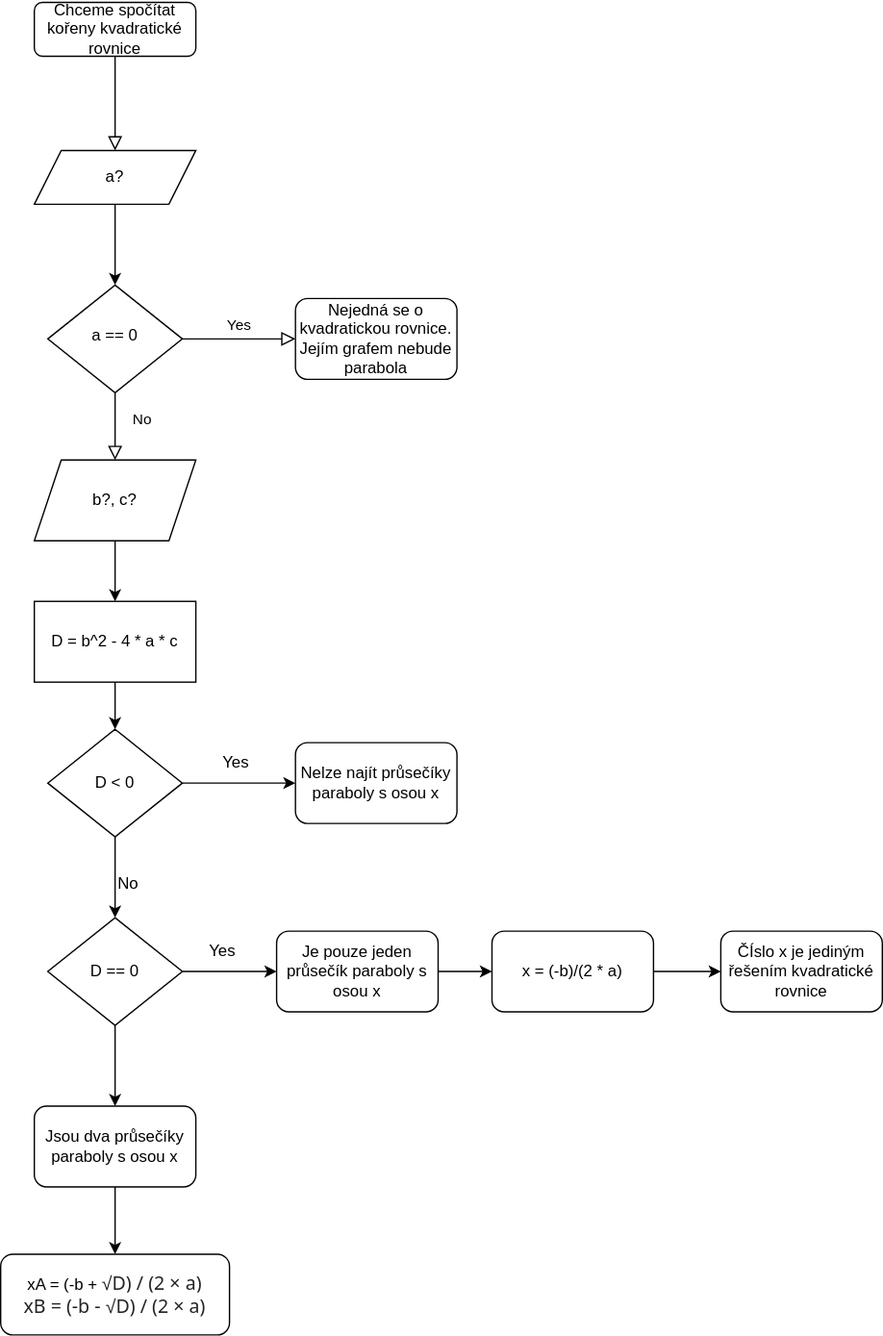
TomasKelbasa/diagrams.net keeps this draw.io diagram as Kvadratické rovnice.svg. Above is the earlier version. Source tidied: cells renumbered, new cells last; positions are measured from the earlier drawing's top-left corner, leaving out a move shared by most shapes. Source of this version:
```xml
<mxGraphModel>
  <root>
    <mxCell id="0" />
    <mxCell id="1" parent="0" />
    <mxCell id="2" style="rounded=0;html=1;jettySize=auto;fontSize=11;endArrow=block;endFill=0;endSize=8;strokeWidth=1;shadow=0;labelBackgroundColor=none;edgeStyle=orthogonalEdgeStyle;entryX=0.5;entryY=0;entryDx=0;entryDy=0;" parent="1" edge="1" source="3" target="9">
      <mxGeometry relative="1" as="geometry">
        <Array as="points">
          <mxPoint x="85" y="110" />
        </Array>
      </mxGeometry>
    </mxCell>
    <mxCell id="3" value="Chceme spočítat kořeny kvadratické rovnice" style="rounded=1;whiteSpace=wrap;html=1;fontSize=12;glass=0;strokeWidth=1;shadow=0;" parent="1" vertex="1">
      <mxGeometry x="25" width="120" height="40" as="geometry" />
    </mxCell>
    <mxCell id="4" value="No" style="rounded=0;html=1;jettySize=auto;fontSize=11;endArrow=block;endFill=0;endSize=8;strokeWidth=1;shadow=0;labelBackgroundColor=none;edgeStyle=orthogonalEdgeStyle;entryX=0.5;entryY=0;entryDx=0;entryDy=0;" parent="1" edge="1" source="6" target="10">
      <mxGeometry x="-0.2" y="20" relative="1" as="geometry" />
    </mxCell>
    <mxCell id="5" value="Yes" style="edgeStyle=orthogonalEdgeStyle;rounded=0;html=1;jettySize=auto;fontSize=11;endArrow=block;endFill=0;endSize=8;strokeWidth=1;shadow=0;labelBackgroundColor=none;" parent="1" edge="1" source="6" target="7">
      <mxGeometry y="10" relative="1" as="geometry" />
    </mxCell>
    <mxCell id="6" value="a == 0" style="rhombus;whiteSpace=wrap;html=1;shadow=0;fontFamily=Helvetica;fontSize=12;align=center;strokeWidth=1;spacing=6;spacingTop=-4;" parent="1" vertex="1">
      <mxGeometry x="35" y="210" width="100" height="80" as="geometry" />
    </mxCell>
    <mxCell id="7" value="Nejedná se o kvadratickou rovnice. Jejím grafem nebude parabola" style="rounded=1;whiteSpace=wrap;html=1;fontSize=12;glass=0;strokeWidth=1;shadow=0;" parent="1" vertex="1">
      <mxGeometry x="219" y="220" width="120" height="60" as="geometry" />
    </mxCell>
    <mxCell id="8" style="edgeStyle=orthogonalEdgeStyle;rounded=0;jettySize=auto;html=1;exitX=0.5;exitY=1;exitDx=0;exitDy=0;entryX=0.5;entryY=0;entryDx=0;entryDy=0;" parent="1" edge="1" source="9" target="6">
      <mxGeometry relative="1" as="geometry" />
    </mxCell>
    <mxCell id="9" value="a?" style="shape=parallelogram;perimeter=parallelogramPerimeter;whiteSpace=wrap;html=1;fixedSize=1;" parent="1" vertex="1">
      <mxGeometry x="25" y="110" width="120" height="40" as="geometry" />
    </mxCell>
    <mxCell id="10" value="b?, c?" style="shape=parallelogram;perimeter=parallelogramPerimeter;whiteSpace=wrap;html=1;fixedSize=1;" parent="1" vertex="1">
      <mxGeometry x="25" y="340" width="120" height="60" as="geometry" />
    </mxCell>
    <mxCell id="11" style="endArrow=classic;html=1;rounded=0;exitX=0.5;exitY=1;exitDx=0;exitDy=0;entryX=0.5;entryY=0;entryDx=0;entryDy=0;" parent="1" edge="1" source="10" target="13">
      <mxGeometry relative="1" as="geometry" />
    </mxCell>
    <mxCell id="12" style="edgeStyle=orthogonalEdgeStyle;rounded=0;jettySize=auto;html=1;exitX=0.5;exitY=1;exitDx=0;exitDy=0;entryX=0.5;entryY=0;entryDx=0;entryDy=0;" parent="1" edge="1" source="13" target="14">
      <mxGeometry relative="1" as="geometry" />
    </mxCell>
    <mxCell id="13" value="D = b^2 - 4 * a * c" style="rounded=0;whiteSpace=wrap;html=1;" parent="1" vertex="1">
      <mxGeometry x="25" y="445" width="120" height="60" as="geometry" />
    </mxCell>
    <mxCell id="14" value="D &amp;lt; 0" style="rhombus;whiteSpace=wrap;html=1;" parent="1" vertex="1">
      <mxGeometry x="35" y="540" width="100" height="80" as="geometry" />
    </mxCell>
    <mxCell id="15" style="endArrow=classic;html=1;rounded=0;exitX=1;exitY=0.5;exitDx=0;exitDy=0;entryX=0;entryY=0.5;entryDx=0;entryDy=0;" parent="1" edge="1" source="14" target="16">
      <mxGeometry relative="1" as="geometry" />
    </mxCell>
    <mxCell id="16" value="Nelze najít průsečíky paraboly s osou x" style="rounded=1;whiteSpace=wrap;html=1;" parent="1" vertex="1">
      <mxGeometry x="219" y="550" width="120" height="60" as="geometry" />
    </mxCell>
    <mxCell id="17" value="Yes" style="text;html=1;strokeColor=none;fillColor=none;align=center;verticalAlign=middle;whiteSpace=wrap;rounded=0;" parent="1" vertex="1">
      <mxGeometry x="145" y="550" width="60" height="30" as="geometry" />
    </mxCell>
    <mxCell id="18" style="endArrow=classic;html=1;rounded=0;exitX=0.5;exitY=1;exitDx=0;exitDy=0;" parent="1" edge="1" source="14">
      <mxGeometry relative="1" as="geometry">
        <mxPoint x="85" y="680" as="targetPoint" />
      </mxGeometry>
    </mxCell>
    <mxCell id="19" value="D == 0" style="rhombus;whiteSpace=wrap;html=1;" parent="1" vertex="1">
      <mxGeometry x="35" y="680" width="100" height="80" as="geometry" />
    </mxCell>
    <mxCell id="20" style="endArrow=classic;html=1;rounded=0;exitX=1;exitY=0.5;exitDx=0;exitDy=0;" parent="1" edge="1" source="19" target="21">
      <mxGeometry relative="1" as="geometry" />
    </mxCell>
    <mxCell id="21" value="Je pouze jeden průsečík paraboly s osou x" style="rounded=1;whiteSpace=wrap;html=1;" parent="1" vertex="1">
      <mxGeometry x="205" y="690" width="120" height="60" as="geometry" />
    </mxCell>
    <mxCell id="22" style="endArrow=classic;html=1;rounded=0;exitX=1;exitY=0.5;exitDx=0;exitDy=0;entryX=0;entryY=0.5;entryDx=0;entryDy=0;" parent="1" edge="1" source="21" target="23">
      <mxGeometry relative="1" as="geometry" />
    </mxCell>
    <mxCell id="23" value="x = (-b)/(2 * a)" style="rounded=1;whiteSpace=wrap;html=1;" parent="1" vertex="1">
      <mxGeometry x="365" y="690" width="120" height="60" as="geometry" />
    </mxCell>
    <mxCell id="24" value="No" style="text;html=1;strokeColor=none;fillColor=none;align=center;verticalAlign=middle;whiteSpace=wrap;rounded=0;" parent="1" vertex="1">
      <mxGeometry x="65" y="640" width="60" height="30" as="geometry" />
    </mxCell>
    <mxCell id="25" value="Yes" style="text;html=1;strokeColor=none;fillColor=none;align=center;verticalAlign=middle;whiteSpace=wrap;rounded=0;" parent="1" vertex="1">
      <mxGeometry x="135" y="690" width="60" height="30" as="geometry" />
    </mxCell>
    <mxCell id="26" value="ČÍslo x je jediným řešením kvadratické rovnice" style="rounded=1;whiteSpace=wrap;html=1;" parent="1" vertex="1">
      <mxGeometry x="535" y="690" width="120" height="60" as="geometry" />
    </mxCell>
    <mxCell id="27" style="endArrow=classic;html=1;rounded=0;exitX=1;exitY=0.5;exitDx=0;exitDy=0;entryX=0;entryY=0.5;entryDx=0;entryDy=0;" parent="1" edge="1" source="23" target="26">
      <mxGeometry relative="1" as="geometry" />
    </mxCell>
    <mxCell id="28" value="Jsou dva průsečíky paraboly s osou x" style="rounded=1;whiteSpace=wrap;html=1;" parent="1" vertex="1">
      <mxGeometry x="25" y="820" width="120" height="60" as="geometry" />
    </mxCell>
    <mxCell id="29" style="endArrow=classic;html=1;rounded=0;exitX=0.5;exitY=1;exitDx=0;exitDy=0;" parent="1" edge="1" source="19" target="28">
      <mxGeometry relative="1" as="geometry" />
    </mxCell>
    <mxCell id="30" style="endArrow=classic;html=1;rounded=0;exitX=0.5;exitY=1;exitDx=0;exitDy=0;" parent="1" edge="1" source="28" target="31">
      <mxGeometry relative="1" as="geometry" />
    </mxCell>
    <mxCell id="31" value="&lt;p&gt;xA = (-b +&amp;nbsp;&lt;span style=&quot;color: rgb(37 , 36 , 36) ; font-family: &amp;#34;segoe ui web&amp;#34; , &amp;#34;segoe ui&amp;#34; , &amp;#34;segoe wp&amp;#34; , &amp;#34;segoe ui emoji&amp;#34; , &amp;#34;tahoma&amp;#34; , &amp;#34;arial&amp;#34; , sans-serif ; font-size: 14px ; background-color: rgb(255 , 255 , 255)&quot;&gt;√D) / (2 × a)&lt;br&gt;&lt;/span&gt;&lt;span style=&quot;color: rgb(37 , 36 , 36) ; font-family: &amp;#34;segoe ui web&amp;#34; , &amp;#34;segoe ui&amp;#34; , &amp;#34;segoe wp&amp;#34; , &amp;#34;segoe ui emoji&amp;#34; , &amp;#34;tahoma&amp;#34; , &amp;#34;arial&amp;#34; , sans-serif ; font-size: 14px ; background-color: rgb(255 , 255 , 255)&quot;&gt;xB = (-b -&amp;nbsp;&lt;/span&gt;&lt;span style=&quot;color: rgb(37 , 36 , 36) ; font-family: &amp;#34;segoe ui web&amp;#34; , &amp;#34;segoe ui&amp;#34; , &amp;#34;segoe wp&amp;#34; , &amp;#34;segoe ui emoji&amp;#34; , &amp;#34;tahoma&amp;#34; , &amp;#34;arial&amp;#34; , sans-serif ; font-size: 14px ; background-color: rgb(255 , 255 , 255)&quot;&gt;√D) / (2 × a)&lt;/span&gt;&lt;/p&gt;" style="rounded=1;whiteSpace=wrap;html=1;" parent="1" vertex="1">
      <mxGeometry y="930" width="170" height="60" as="geometry" />
    </mxCell>
  </root>
</mxGraphModel>
```
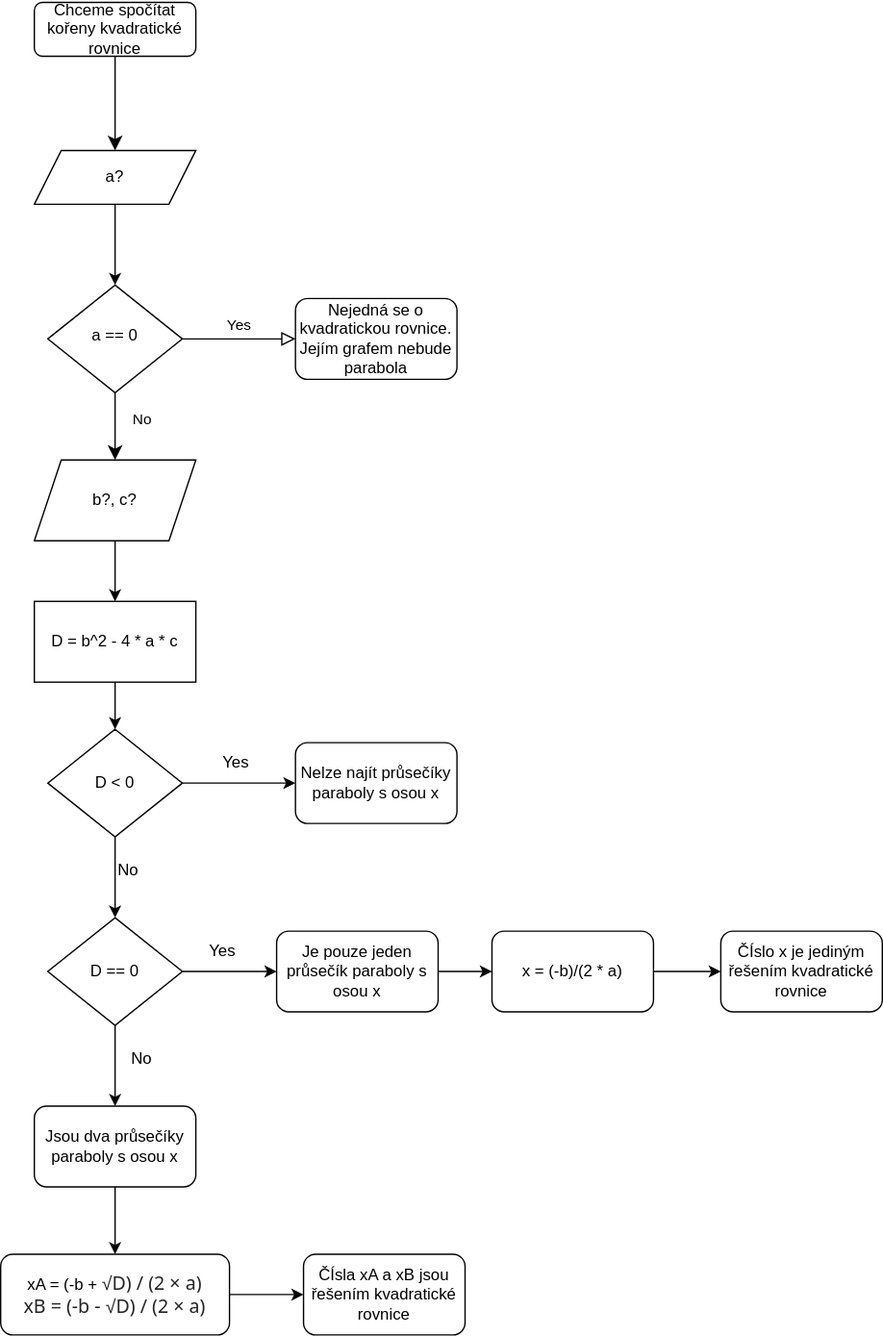
Above is the later version.

Change to the diagram source:
```diff
@@ -2,7 +2,7 @@
   <root>
     <mxCell id="0" />
     <mxCell id="1" parent="0" />
-    <mxCell id="2" style="rounded=0;html=1;jettySize=auto;fontSize=11;endArrow=block;endFill=0;endSize=8;strokeWidth=1;shadow=0;labelBackgroundColor=none;edgeStyle=orthogonalEdgeStyle;entryX=0.5;entryY=0;entryDx=0;entryDy=0;" parent="1" edge="1" source="3" target="9">
+    <mxCell id="2" style="rounded=0;html=1;jettySize=auto;fontSize=11;endArrow=classic;endFill=1;endSize=8;strokeWidth=1;shadow=0;labelBackgroundColor=none;edgeStyle=orthogonalEdgeStyle;entryX=0.5;entryY=0;entryDx=0;entryDy=0;" parent="1" edge="1" source="3" target="9">
       <mxGeometry relative="1" as="geometry">
         <Array as="points">
           <mxPoint x="85" y="110" />
@@ -12,7 +12,7 @@
     <mxCell id="3" value="Chceme spočítat kořeny kvadratické rovnice" style="rounded=1;whiteSpace=wrap;html=1;fontSize=12;glass=0;strokeWidth=1;shadow=0;" parent="1" vertex="1">
       <mxGeometry x="25" width="120" height="40" as="geometry" />
     </mxCell>
-    <mxCell id="4" value="No" style="rounded=0;html=1;jettySize=auto;fontSize=11;endArrow=block;endFill=0;endSize=8;strokeWidth=1;shadow=0;labelBackgroundColor=none;edgeStyle=orthogonalEdgeStyle;entryX=0.5;entryY=0;entryDx=0;entryDy=0;" parent="1" edge="1" source="6" target="10">
+    <mxCell id="4" value="No" style="rounded=0;html=1;jettySize=auto;fontSize=11;endArrow=classic;endFill=1;endSize=8;strokeWidth=1;shadow=0;labelBackgroundColor=none;edgeStyle=orthogonalEdgeStyle;entryX=0.5;entryY=0;entryDx=0;entryDy=0;" parent="1" edge="1" source="6" target="10">
       <mxGeometry x="-0.2" y="20" relative="1" as="geometry" />
     </mxCell>
     <mxCell id="5" value="Yes" style="edgeStyle=orthogonalEdgeStyle;rounded=0;html=1;jettySize=auto;fontSize=11;endArrow=block;endFill=0;endSize=8;strokeWidth=1;shadow=0;labelBackgroundColor=none;" parent="1" edge="1" source="6" target="7">
@@ -75,7 +75,7 @@
       <mxGeometry x="365" y="690" width="120" height="60" as="geometry" />
     </mxCell>
     <mxCell id="24" value="No" style="text;html=1;strokeColor=none;fillColor=none;align=center;verticalAlign=middle;whiteSpace=wrap;rounded=0;" parent="1" vertex="1">
-      <mxGeometry x="65" y="640" width="60" height="30" as="geometry" />
+      <mxGeometry x="65" y="630" width="60" height="30" as="geometry" />
     </mxCell>
     <mxCell id="25" value="Yes" style="text;html=1;strokeColor=none;fillColor=none;align=center;verticalAlign=middle;whiteSpace=wrap;rounded=0;" parent="1" vertex="1">
       <mxGeometry x="135" y="690" width="60" height="30" as="geometry" />
@@ -98,5 +98,14 @@
     <mxCell id="31" value="&lt;p&gt;xA = (-b +&amp;nbsp;&lt;span style=&quot;color: rgb(37 , 36 , 36) ; font-family: &amp;#34;segoe ui web&amp;#34; , &amp;#34;segoe ui&amp;#34; , &amp;#34;segoe wp&amp;#34; , &amp;#34;segoe ui emoji&amp;#34; , &amp;#34;tahoma&amp;#34; , &amp;#34;arial&amp;#34; , sans-serif ; font-size: 14px ; background-color: rgb(255 , 255 , 255)&quot;&gt;√D) / (2 × a)&lt;br&gt;&lt;/span&gt;&lt;span style=&quot;color: rgb(37 , 36 , 36) ; font-family: &amp;#34;segoe ui web&amp;#34; , &amp;#34;segoe ui&amp;#34; , &amp;#34;segoe wp&amp;#34; , &amp;#34;segoe ui emoji&amp;#34; , &amp;#34;tahoma&amp;#34; , &amp;#34;arial&amp;#34; , sans-serif ; font-size: 14px ; background-color: rgb(255 , 255 , 255)&quot;&gt;xB = (-b -&amp;nbsp;&lt;/span&gt;&lt;span style=&quot;color: rgb(37 , 36 , 36) ; font-family: &amp;#34;segoe ui web&amp;#34; , &amp;#34;segoe ui&amp;#34; , &amp;#34;segoe wp&amp;#34; , &amp;#34;segoe ui emoji&amp;#34; , &amp;#34;tahoma&amp;#34; , &amp;#34;arial&amp;#34; , sans-serif ; font-size: 14px ; background-color: rgb(255 , 255 , 255)&quot;&gt;√D) / (2 × a)&lt;/span&gt;&lt;/p&gt;" style="rounded=1;whiteSpace=wrap;html=1;" parent="1" vertex="1">
       <mxGeometry y="930" width="170" height="60" as="geometry" />
     </mxCell>
+    <mxCell id="32" value="ČÍsla xA a xB jsou řešením kvadratické rovnice" style="rounded=1;whiteSpace=wrap;html=1;" parent="1" vertex="1">
+      <mxGeometry x="225" y="930" width="120" height="60" as="geometry" />
+    </mxCell>
+    <mxCell id="33" style="endArrow=classic;html=1;rounded=0;exitX=1;exitY=0.5;exitDx=0;exitDy=0;entryX=0;entryY=0.5;entryDx=0;entryDy=0;" parent="1" edge="1" source="31" target="32">
+      <mxGeometry relative="1" as="geometry" />
+    </mxCell>
+    <mxCell id="34" value="No" style="text;html=1;strokeColor=none;fillColor=none;align=center;verticalAlign=middle;whiteSpace=wrap;rounded=0;" parent="1" vertex="1">
+      <mxGeometry x="75" y="770" width="60" height="30" as="geometry" />
+    </mxCell>
   </root>
 </mxGraphModel>
```
